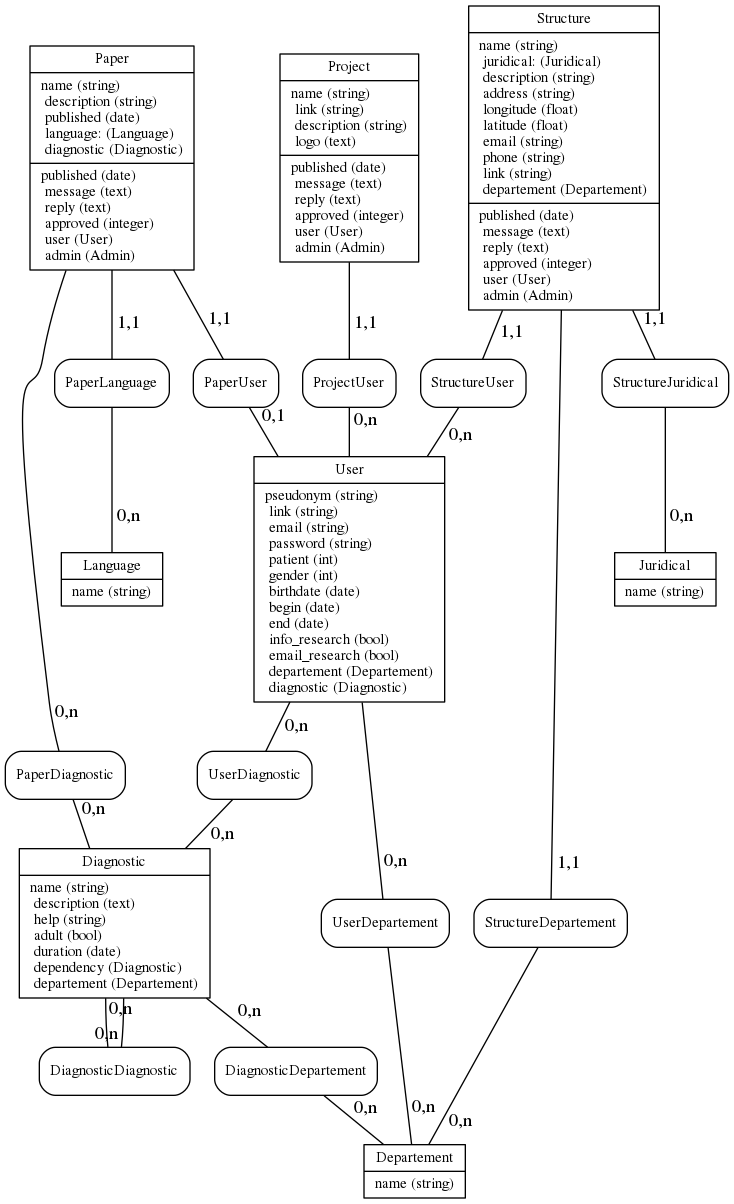
Before: mcd.png, a diagram exported from Graphviz (adjivas/site-ref). Its source is kept beside it as mcd.dot.
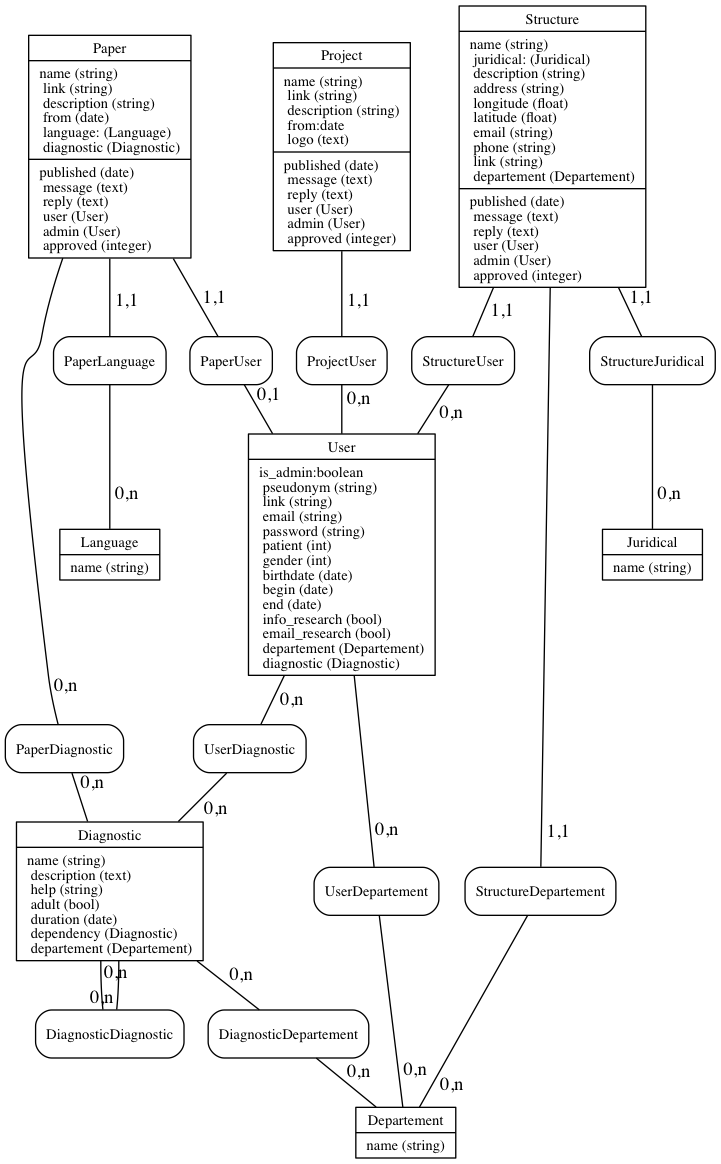
The same file after the commit.

Commit message:
update mvc according to wiki page

What changed in the source:
```diff
@@ -8,18 +8,18 @@
   Paper
    |
    name (string)\l
+   link (string)\l
    description (string)\l
-   published (date)\l
+   from (date)\l
    language: (Language)\l
    diagnostic (Diagnostic)\l
    |
    published (date)\l
    message (text)\l
    reply (text)\l
+   user (User)\l
+   admin (User)\l
    approved (integer)\l
-   user (User)\l
-   admin (Admin)\l
-
  }", shape=record];
 
  nodeTableStructure [label = "{
@@ -39,21 +39,21 @@
    published (date)\l
    message (text)\l
    reply (text)\l
+   user (User)\l
+   admin (User)\l
    approved (integer)\l
-   user (User)\l
-   admin (Admin)\l
  }", shape=record];
 
  nodeTableJuridical [label = "{
   Juridical
-    |
-    name (string)\l
+   |
+   name (string)\l
  }", shape=record];
 
  nodeTableDepartement [label = "{
   Departement
-    |
-    name (string)\l
+   |
+   name (string)\l
  }", shape=record];
 
  nodeTableProject [label = "{
@@ -62,14 +62,15 @@
    name (string)\l
    link (string)\l
    description (string)\l
+   from:date\l
    logo (text)\l
    |
    published (date)\l
    message (text)\l
    reply (text)\l
+   user (User)\l
+   admin (User)\l
    approved (integer)\l
-   user (User)\l
-   admin (Admin)\l
  }", shape=record];
 
  nodeTableDiagnostic [label = "{
@@ -87,6 +88,7 @@
  nodeTableUser [label = "{
   User
    |
+   is_admin:boolean\l
    pseudonym (string)\l
    link (string)\l
    email (string)\l
@@ -105,7 +107,7 @@
  nodeTableLanguage [label = "{
   Language
    |
-    name (string)\l
+   name (string)\l
  }", shape=record];
 
 
```
